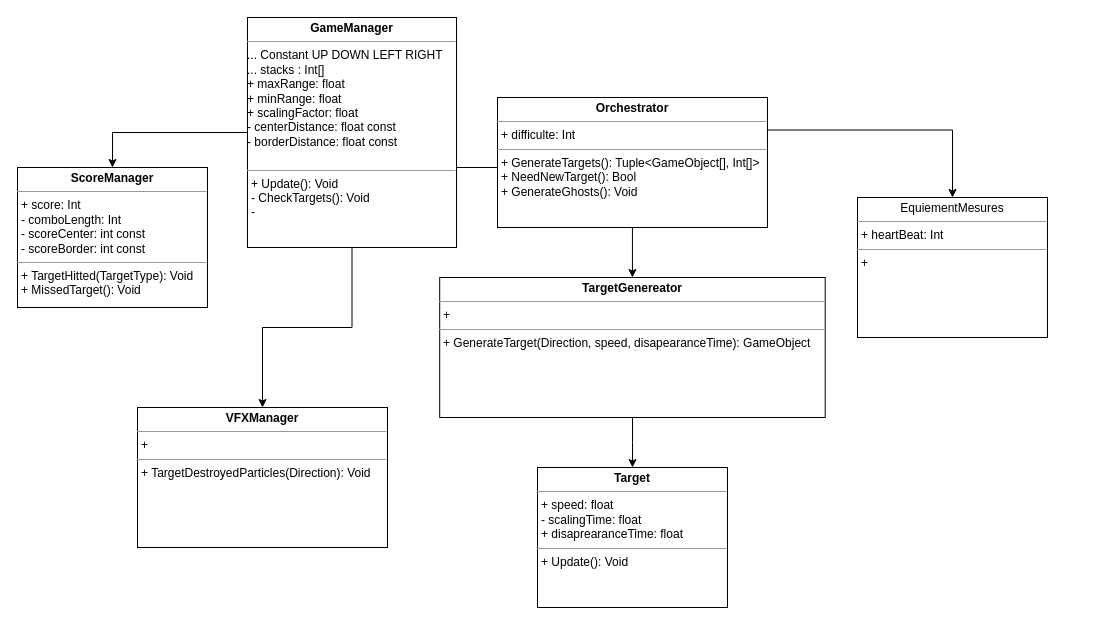
Earlier version of the draw.io diagram Documents/ProjectDiagram.drawio (LunarX/ProjectTime). Source tidied: cells renumbered, new cells numbered last; positions are measured from the earlier drawing's top-left corner, leaving out a move shared by most shapes. Both pictures are drawn from the tidied source at 100%, with x=0, y=0 at pixel (17, 17).
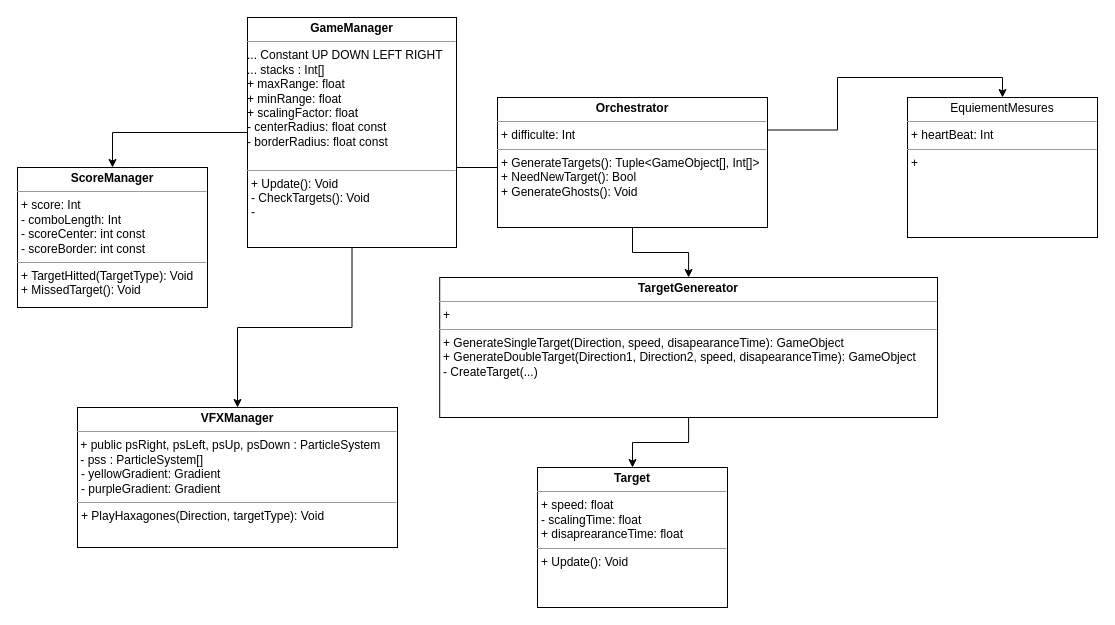
After the change.

Commit message (it also covers changes not shown here):
Fixed parts according to project diagram and updated project diagram

Change to the diagram source:
```diff
@@
-    <mxCell id="17" value="&lt;p style=&quot;margin: 0px ; margin-top: 4px ; text-align: center&quot;&gt;&lt;b&gt;GameManager&lt;/b&gt;&lt;/p&gt;&lt;hr size=&quot;1&quot;&gt;&lt;div&gt;... Constant UP DOWN LEFT RIGHT&lt;/div&gt;&lt;div&gt;... stacks : Int[]&lt;/div&gt;&lt;div&gt;+ maxRange: float&lt;/div&gt;&lt;div&gt;+ minRange: float&lt;/div&gt;&lt;div&gt;+ scalingFactor: float&lt;/div&gt;&lt;div&gt;- centerDistance: float const&lt;/div&gt;&lt;div&gt;- borderDistance: float const&lt;br&gt;&lt;/div&gt;&lt;div&gt;&lt;br&gt;&lt;/div&gt;&lt;hr size=&quot;1&quot;&gt;&lt;p style=&quot;margin: 0px ; margin-left: 4px&quot;&gt;+ Update(): Void&lt;/p&gt;&lt;p style=&quot;margin: 0px ; margin-left: 4px&quot;&gt;- CheckTargets(): Void&lt;/p&gt;&lt;p style=&quot;margin: 0px ; margin-left: 4px&quot;&gt;- &lt;br&gt;&lt;/p&gt;&lt;p style=&quot;margin: 0px ; margin-left: 4px&quot;&gt;&lt;br&gt;&lt;/p&gt;" style="verticalAlign=top;align=left;overflow=fill;fontSize=12;fontFamily=Helvetica;html=1;rounded=0;shadow=0;comic=0;labelBackgroundColor=none;strokeWidth=1;" parent="1" vertex="1">
+    <mxCell id="17" value="&lt;p style=&quot;margin: 0px ; margin-top: 4px ; text-align: center&quot;&gt;&lt;b&gt;GameManager&lt;/b&gt;&lt;/p&gt;&lt;hr size=&quot;1&quot;&gt;&lt;div&gt;... Constant UP DOWN LEFT RIGHT&lt;/div&gt;&lt;div&gt;... stacks : Int[]&lt;/div&gt;&lt;div&gt;+ maxRange: float&lt;/div&gt;&lt;div&gt;+ minRange: float&lt;/div&gt;&lt;div&gt;+ scalingFactor: float&lt;/div&gt;&lt;div&gt;- centerRadius: float const&lt;/div&gt;&lt;div&gt;- borderRadius: float const&lt;br&gt;&lt;/div&gt;&lt;div&gt;&lt;br&gt;&lt;/div&gt;&lt;hr size=&quot;1&quot;&gt;&lt;p style=&quot;margin: 0px ; margin-left: 4px&quot;&gt;+ Update(): Void&lt;/p&gt;&lt;p style=&quot;margin: 0px ; margin-left: 4px&quot;&gt;- CheckTargets(): Void&lt;/p&gt;&lt;p style=&quot;margin: 0px ; margin-left: 4px&quot;&gt;- &lt;br&gt;&lt;/p&gt;&lt;p style=&quot;margin: 0px ; margin-left: 4px&quot;&gt;&lt;br&gt;&lt;/p&gt;" style="verticalAlign=top;align=left;overflow=fill;fontSize=12;fontFamily=Helvetica;html=1;rounded=0;shadow=0;comic=0;labelBackgroundColor=none;strokeWidth=1;" parent="1" vertex="1">
       <mxGeometry x="230" width="209" height="230" as="geometry" />
     </mxCell>
@@
-    <mxCell id="22" value="&lt;p style=&quot;margin: 0px ; margin-top: 4px ; text-align: center&quot;&gt;&lt;b&gt;TargetGenereator&lt;/b&gt;&lt;/p&gt;&lt;hr size=&quot;1&quot;&gt;&lt;p style=&quot;margin: 0px ; margin-left: 4px&quot;&gt;+ &lt;br&gt;&lt;/p&gt;&lt;hr size=&quot;1&quot;&gt;&lt;p style=&quot;margin: 0px ; margin-left: 4px&quot;&gt;+ GenerateTarget(Direction, speed, disapearanceTime): GameObject&lt;br&gt;&lt;/p&gt;&lt;p style=&quot;margin: 0px ; margin-left: 4px&quot;&gt;&lt;br&gt;&lt;/p&gt;" style="verticalAlign=top;align=left;overflow=fill;fontSize=12;fontFamily=Helvetica;html=1;rounded=0;shadow=0;comic=0;labelBackgroundColor=none;strokeWidth=1;" parent="1" vertex="1">
-      <mxGeometry x="422.2" y="260" width="385.5" height="140" as="geometry" />
+    <mxCell id="22" value="&lt;p style=&quot;margin: 0px ; margin-top: 4px ; text-align: center&quot;&gt;&lt;b&gt;TargetGenereator&lt;/b&gt;&lt;/p&gt;&lt;hr size=&quot;1&quot;&gt;&lt;p style=&quot;margin: 0px ; margin-left: 4px&quot;&gt;+ &lt;br&gt;&lt;/p&gt;&lt;hr size=&quot;1&quot;&gt;&lt;p style=&quot;margin: 0px ; margin-left: 4px&quot;&gt;+ GenerateSingleTarget(Direction, speed, disapearanceTime): GameObject&lt;/p&gt;&lt;p style=&quot;margin: 0px ; margin-left: 4px&quot;&gt;+ GenerateDoubleTarget(Direction1, Direction2, speed, disapearanceTime): GameObject&lt;/p&gt;&lt;p style=&quot;margin: 0px ; margin-left: 4px&quot;&gt;- CreateTarget(...)&lt;br&gt;&lt;/p&gt;&lt;p style=&quot;margin: 0px ; margin-left: 4px&quot;&gt;&lt;br&gt;&lt;/p&gt;" style="verticalAlign=top;align=left;overflow=fill;fontSize=12;fontFamily=Helvetica;html=1;rounded=0;shadow=0;comic=0;labelBackgroundColor=none;strokeWidth=1;" parent="1" vertex="1">
+      <mxGeometry x="422.2" y="260" width="497.8" height="140" as="geometry" />
     </mxCell>
     <mxCell id="23" value="&lt;p style=&quot;margin: 0px ; margin-top: 4px ; text-align: center&quot;&gt;EquiementMesures&lt;/p&gt;&lt;hr size=&quot;1&quot;&gt;&lt;p style=&quot;margin: 0px ; margin-left: 4px&quot;&gt;+ heartBeat: Int&lt;br&gt;&lt;/p&gt;&lt;hr size=&quot;1&quot;&gt;&lt;p style=&quot;margin: 0px ; margin-left: 4px&quot;&gt;+ &lt;br&gt;&lt;/p&gt;&lt;p style=&quot;margin: 0px ; margin-left: 4px&quot;&gt;&lt;br&gt;&lt;/p&gt;" style="verticalAlign=top;align=left;overflow=fill;fontSize=12;fontFamily=Helvetica;html=1;rounded=0;shadow=0;comic=0;labelBackgroundColor=none;strokeWidth=1;" parent="1" vertex="1">
-      <mxGeometry x="840" y="180" width="190" height="140" as="geometry" />
+      <mxGeometry x="890" y="80" width="190" height="140" as="geometry" />
     </mxCell>
@@
-    <mxCell id="25" value="&lt;p style=&quot;margin: 0px ; margin-top: 4px ; text-align: center&quot;&gt;&lt;b&gt;VFXManager&lt;/b&gt;&lt;/p&gt;&lt;hr size=&quot;1&quot;&gt;&lt;p style=&quot;margin: 0px ; margin-left: 4px&quot;&gt;+ &lt;br&gt;&lt;/p&gt;&lt;hr size=&quot;1&quot;&gt;&lt;p style=&quot;margin: 0px ; margin-left: 4px&quot;&gt;+ TargetDestroyedParticles(Direction): Void&lt;/p&gt;&lt;p style=&quot;margin: 0px ; margin-left: 4px&quot;&gt;&lt;br&gt;&lt;/p&gt;" style="verticalAlign=top;align=left;overflow=fill;fontSize=12;fontFamily=Helvetica;html=1;rounded=0;shadow=0;comic=0;labelBackgroundColor=none;strokeWidth=1;" parent="1" vertex="1">
-      <mxGeometry x="120" y="390" width="250" height="140" as="geometry" />
+    <mxCell id="25" value="&lt;p style=&quot;margin: 0px ; margin-top: 4px ; text-align: center&quot;&gt;&lt;b&gt;VFXManager&lt;/b&gt;&lt;/p&gt;&lt;hr size=&quot;1&quot;&gt;&lt;div&gt;&amp;nbsp;+ public psRight, psLeft, psUp, psDown : ParticleSystem&lt;br&gt;&lt;/div&gt;&lt;div&gt;&amp;nbsp;- pss : ParticleSystem[]&lt;br&gt;&lt;/div&gt;&lt;p style=&quot;margin: 0px ; margin-left: 4px&quot;&gt;- yellowGradient: Gradient&lt;/p&gt;&lt;p style=&quot;margin: 0px ; margin-left: 4px&quot;&gt;- purpleGradient: Gradient&lt;br&gt;&lt;/p&gt;&lt;hr size=&quot;1&quot;&gt;&lt;p style=&quot;margin: 0px ; margin-left: 4px&quot;&gt;+ PlayHaxagones(Direction, targetType): Void&lt;/p&gt;&lt;p style=&quot;margin: 0px ; margin-left: 4px&quot;&gt;&lt;br&gt;&lt;/p&gt;" style="verticalAlign=top;align=left;overflow=fill;fontSize=12;fontFamily=Helvetica;html=1;rounded=0;shadow=0;comic=0;labelBackgroundColor=none;strokeWidth=1;" parent="1" vertex="1">
+      <mxGeometry x="60" y="390" width="320" height="140" as="geometry" />
     </mxCell>
```
